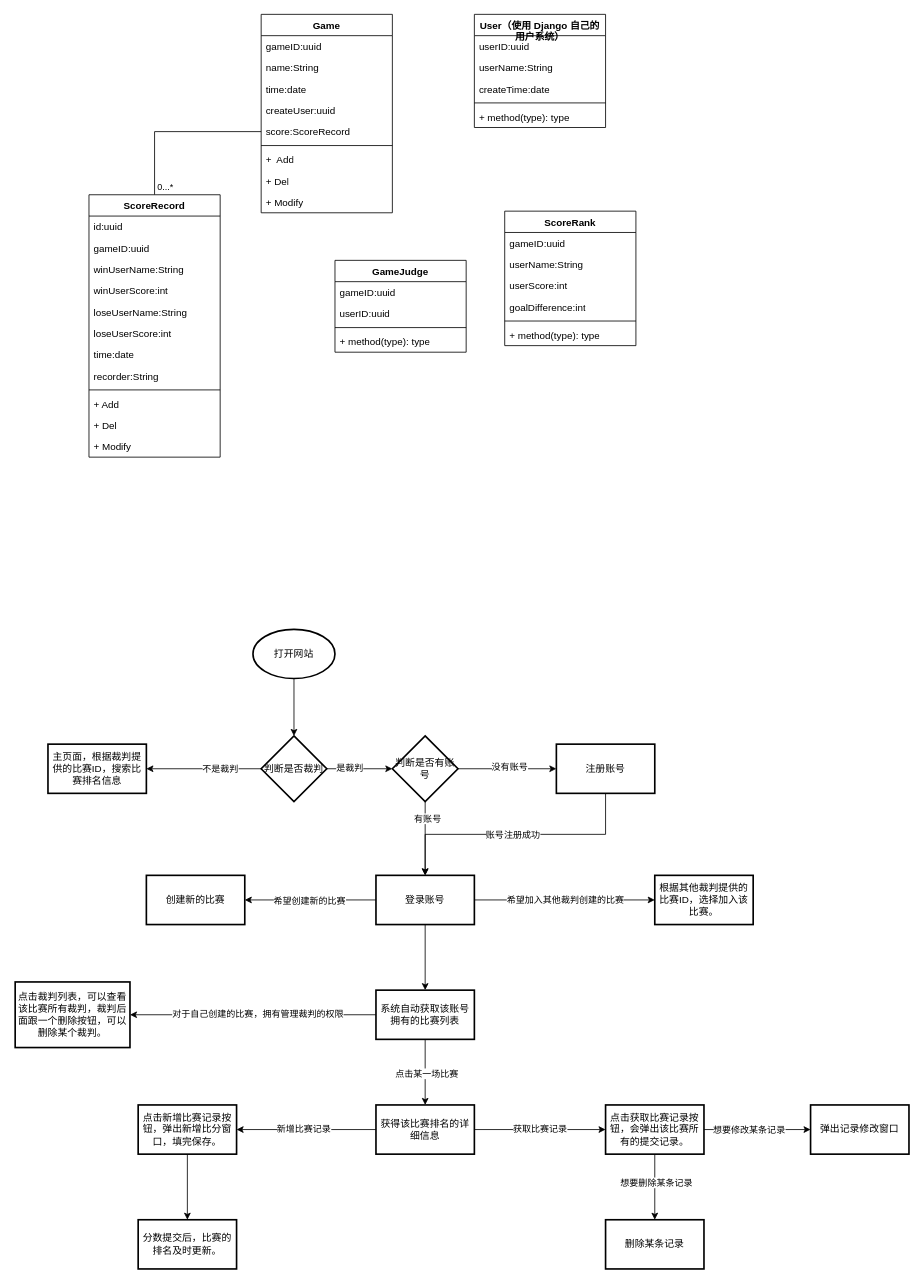
This is 羽毛球计分系统.drawio from hunterljm/badminton, a draw.io file, before an edit. Source tidied: cells renumbered, new cells numbered last; positions are measured from the earlier drawing's top-left corner, leaving out a move shared by most shapes. Both pictures are drawn from the tidied source at 82%, with x=0, y=0 at pixel (15, 14).
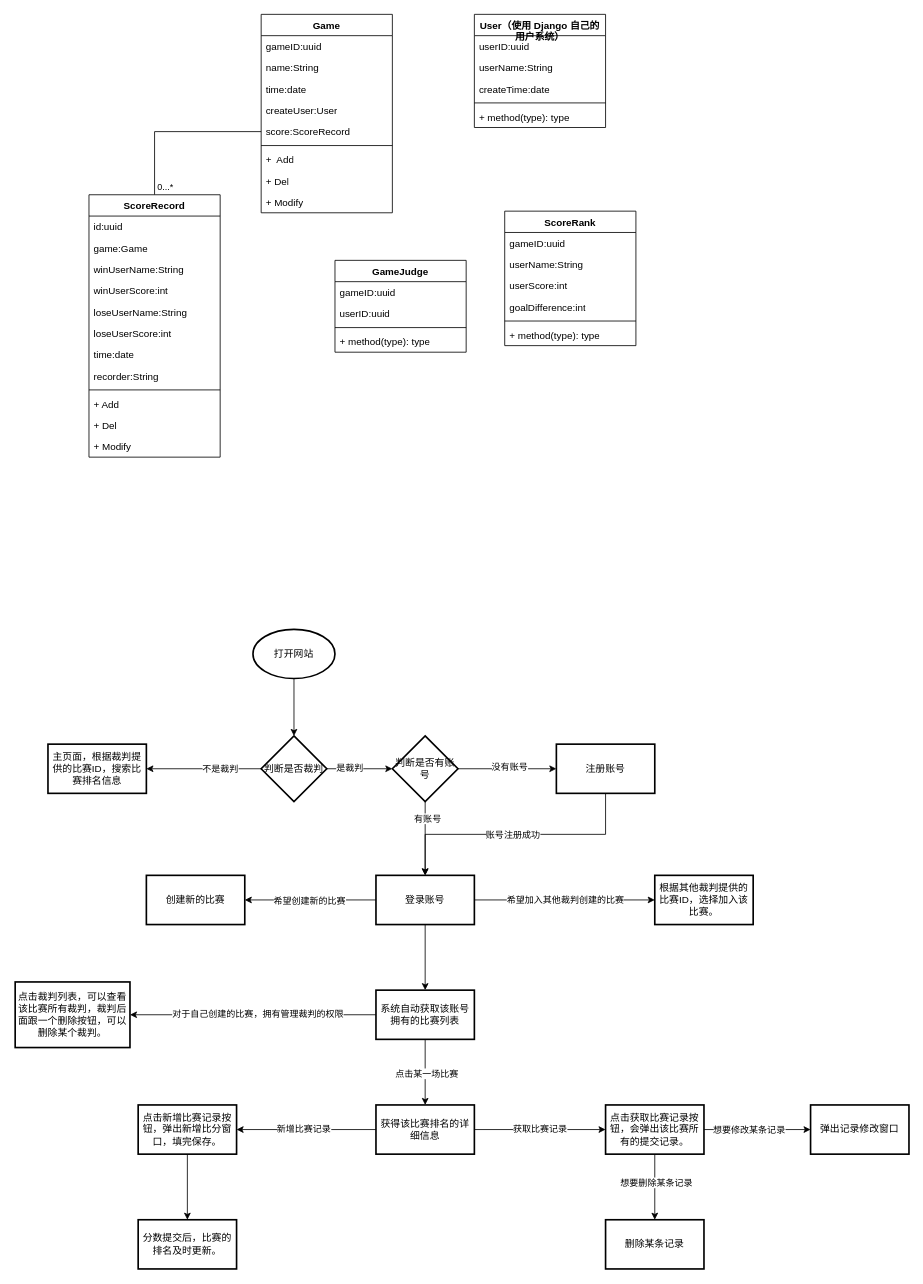
Above is the later version.

Commit message:
更新羽毛球计分系统.drawio

Unchanged cells that the change refers to:
```xml
<mxCell id="4" value="ScoreRecord" style="swimlane;fontStyle=1;align=center;verticalAlign=top;horizontal=1;startSize=26;whiteSpace=wrap;html=1;" parent="1" vertex="1">
  <mxGeometry x="90" y="220" width="160" height="320" as="geometry" />
</mxCell>
<mxCell id="17" value="Game" style="swimlane;fontStyle=1;align=center;verticalAlign=top;horizontal=1;startSize=26;whiteSpace=wrap;html=1;" parent="1" vertex="1">
  <mxGeometry x="300" width="160" height="242" as="geometry" />
</mxCell>
```

What changed in the source:
```diff
@@
-    <mxCell id="6" value="gameID:uuid" style="text;strokeColor=none;fillColor=none;align=left;verticalAlign=top;spacingLeft=4;spacingRight=4;overflow=hidden;whiteSpace=wrap;html=1;" parent="4" vertex="1">
+    <mxCell id="6" value="game:Game" style="text;strokeColor=none;fillColor=none;align=left;verticalAlign=top;spacingLeft=4;spacingRight=4;overflow=hidden;whiteSpace=wrap;html=1;" parent="4" vertex="1">
       <mxGeometry y="52" width="160" height="26" as="geometry" />
     </mxCell>
@@
-    <mxCell id="21" value="createUser:uuid" style="text;strokeColor=none;fillColor=none;align=left;verticalAlign=top;spacingLeft=4;spacingRight=4;overflow=hidden;whiteSpace=wrap;html=1;" parent="17" vertex="1">
+    <mxCell id="21" value="createUser:User" style="text;strokeColor=none;fillColor=none;align=left;verticalAlign=top;spacingLeft=4;spacingRight=4;overflow=hidden;whiteSpace=wrap;html=1;" parent="17" vertex="1">
       <mxGeometry y="104" width="160" height="26" as="geometry" />
     </mxCell>
```
